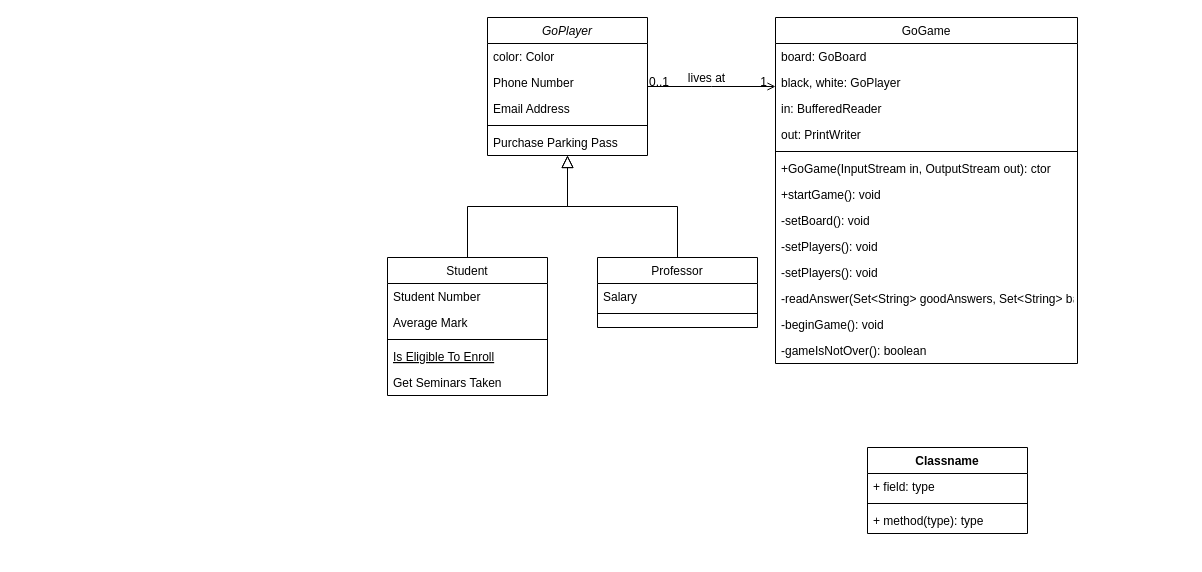
The draw.io diagram UML/klasy.drawio in junsevith/lista4, before the edit. Source tidied: cells renumbered, new cells numbered last; positions are measured from the earlier drawing's top-left corner, leaving out a move shared by most shapes. Both pictures are drawn from the tidied source at 100%, with x=0, y=0 at pixel (387, 17).
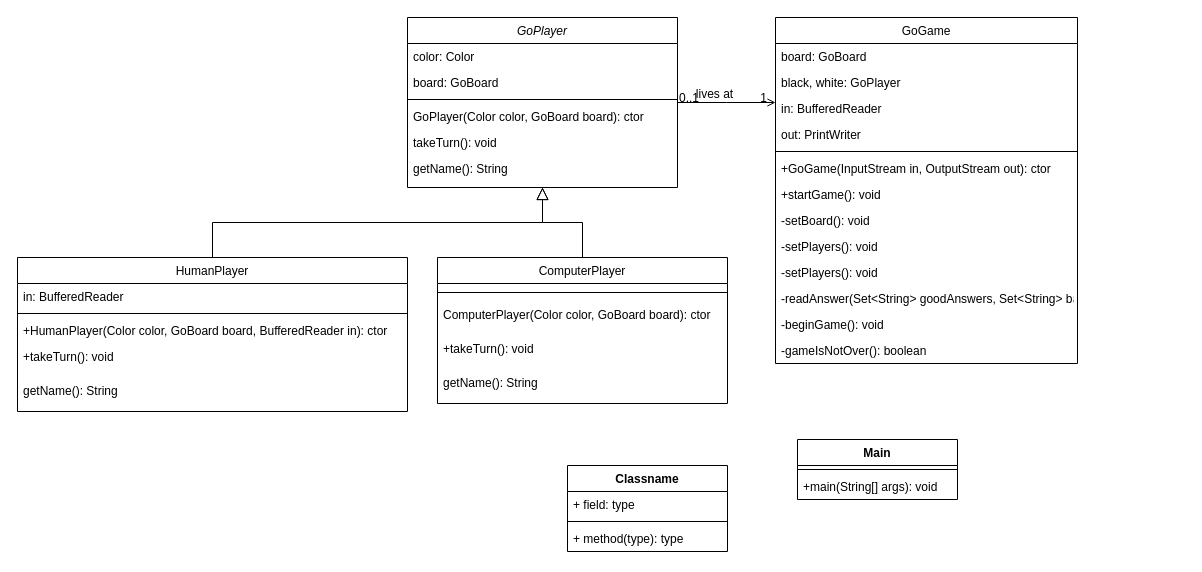
The same diagram, later.

Change to the diagram source:
```diff
@@
     <mxCell id="2" value="GoPlayer" style="swimlane;fontStyle=2;align=center;verticalAlign=top;horizontal=1;startSize=26;rounded=0;shadow=0;strokeWidth=1;" parent="1" vertex="1">
-      <mxGeometry x="100" width="160" height="138" as="geometry" />
+      <mxGeometry x="20" width="270" height="170" as="geometry" />
     </mxCell>
     <mxCell id="3" value="color: Color" style="text;align=left;verticalAlign=top;spacingLeft=4;spacingRight=4;overflow=hidden;" parent="2" vertex="1">
-      <mxGeometry y="26" width="160" height="26" as="geometry" />
+      <mxGeometry y="26" width="270" height="26" as="geometry" />
     </mxCell>
-    <mxCell id="4" value="Phone Number" style="text;align=left;verticalAlign=top;spacingLeft=4;spacingRight=4;overflow=hidden;rounded=0;shadow=0;html=0;" parent="2" vertex="1">
-      <mxGeometry y="52" width="160" height="26" as="geometry" />
+    <mxCell id="4" value="board: GoBoard" style="text;align=left;verticalAlign=top;spacingLeft=4;spacingRight=4;overflow=hidden;rounded=0;shadow=0;html=0;" parent="2" vertex="1">
+      <mxGeometry y="52" width="270" height="26" as="geometry" />
     </mxCell>
-    <mxCell id="5" value="Email Address" style="text;align=left;verticalAlign=top;spacingLeft=4;spacingRight=4;overflow=hidden;rounded=0;shadow=0;html=0;" parent="2" vertex="1">
-      <mxGeometry y="78" width="160" height="26" as="geometry" />
-    </mxCell>
     <mxCell id="6" style="line;html=1;strokeWidth=1;align=left;verticalAlign=middle;spacingTop=-1;spacingLeft=3;spacingRight=3;labelPosition=right;" parent="2" vertex="1">
-      <mxGeometry y="104" width="160" height="8" as="geometry" />
+      <mxGeometry y="78" width="270" height="8" as="geometry" />
     </mxCell>
-    <mxCell id="7" value="Purchase Parking Pass" style="text;align=left;verticalAlign=top;spacingLeft=4;spacingRight=4;overflow=hidden;" parent="2" vertex="1">
-      <mxGeometry y="112" width="160" height="26" as="geometry" />
+    <mxCell id="7" value="GoPlayer(Color color, GoBoard board): ctor" style="text;align=left;verticalAlign=top;spacingLeft=4;spacingRight=4;overflow=hidden;" parent="2" vertex="1">
+      <mxGeometry y="86" width="270" height="26" as="geometry" />
     </mxCell>
+    <mxCell id="41" value="takeTurn(): void" style="text;align=left;verticalAlign=top;spacingLeft=4;spacingRight=4;overflow=hidden;" parent="2" vertex="1">
+      <mxGeometry y="112" width="270" height="26" as="geometry" />
+    </mxCell>
+    <mxCell id="42" value="getName(): String" style="text;align=left;verticalAlign=top;spacingLeft=4;spacingRight=4;overflow=hidden;" parent="2" vertex="1">
+      <mxGeometry y="138" width="270" height="26" as="geometry" />
+    </mxCell>
-    <mxCell id="8" value="Student" style="swimlane;fontStyle=0;align=center;verticalAlign=top;horizontal=1;startSize=26;rounded=0;shadow=0;strokeWidth=1;" parent="1" vertex="1">
-      <mxGeometry y="240" width="160" height="138" as="geometry" />
+    <mxCell id="8" value="HumanPlayer" style="swimlane;fontStyle=0;align=center;verticalAlign=top;horizontal=1;startSize=26;rounded=0;shadow=0;strokeWidth=1;" parent="1" vertex="1">
+      <mxGeometry x="-370" y="240" width="390" height="154" as="geometry" />
     </mxCell>
-    <mxCell id="9" value="Student Number" style="text;align=left;verticalAlign=top;spacingLeft=4;spacingRight=4;overflow=hidden;" parent="8" vertex="1">
-      <mxGeometry y="26" width="160" height="26" as="geometry" />
+    <mxCell id="9" value="in: BufferedReader" style="text;align=left;verticalAlign=top;spacingLeft=4;spacingRight=4;overflow=hidden;" parent="8" vertex="1">
+      <mxGeometry y="26" width="390" height="26" as="geometry" />
     </mxCell>
-    <mxCell id="10" value="Average Mark" style="text;align=left;verticalAlign=top;spacingLeft=4;spacingRight=4;overflow=hidden;rounded=0;shadow=0;html=0;" parent="8" vertex="1">
-      <mxGeometry y="52" width="160" height="26" as="geometry" />
-    </mxCell>
     <mxCell id="11" style="line;html=1;strokeWidth=1;align=left;verticalAlign=middle;spacingTop=-1;spacingLeft=3;spacingRight=3;labelPosition=right;" parent="8" vertex="1">
-      <mxGeometry y="78" width="160" height="8" as="geometry" />
+      <mxGeometry y="52" width="390" height="8" as="geometry" />
     </mxCell>
-    <mxCell id="12" value="Is Eligible To Enroll" style="text;align=left;verticalAlign=top;spacingLeft=4;spacingRight=4;overflow=hidden;fontStyle=4;" parent="8" vertex="1">
-      <mxGeometry y="86" width="160" height="26" as="geometry" />
-    </mxCell>
-    <mxCell id="13" value="Get Seminars Taken" style="text;align=left;verticalAlign=top;spacingLeft=4;spacingRight=4;overflow=hidden;" parent="8" vertex="1">
-      <mxGeometry y="112" width="160" height="26" as="geometry" />
+    <mxCell id="13" value="+HumanPlayer(Color color, GoBoard board, BufferedReader in): ctor" style="text;align=left;verticalAlign=top;spacingLeft=4;spacingRight=4;overflow=hidden;" parent="8" vertex="1">
+      <mxGeometry y="60" width="390" height="26" as="geometry" />
     </mxCell>
+    <mxCell id="43" value="+takeTurn(): void" style="text;align=left;verticalAlign=top;spacingLeft=4;spacingRight=4;overflow=hidden;" parent="8" vertex="1">
+      <mxGeometry y="86" width="390" height="34" as="geometry" />
+    </mxCell>
+    <mxCell id="44" value="getName(): String" style="text;align=left;verticalAlign=top;spacingLeft=4;spacingRight=4;overflow=hidden;" parent="8" vertex="1">
+      <mxGeometry y="120" width="390" height="34" as="geometry" />
+    </mxCell>
@@
-    <mxCell id="15" value="Professor" style="swimlane;fontStyle=0;align=center;verticalAlign=top;horizontal=1;startSize=26;rounded=0;shadow=0;strokeWidth=1;" parent="1" vertex="1">
-      <mxGeometry x="210" y="240" width="160" height="70" as="geometry" />
+    <mxCell id="15" value="ComputerPlayer" style="swimlane;fontStyle=0;align=center;verticalAlign=top;horizontal=1;startSize=26;rounded=0;shadow=0;strokeWidth=1;" parent="1" vertex="1">
+      <mxGeometry x="50" y="240" width="290" height="146" as="geometry" />
     </mxCell>
-    <mxCell id="16" value="Salary" style="text;align=left;verticalAlign=top;spacingLeft=4;spacingRight=4;overflow=hidden;" parent="15" vertex="1">
-      <mxGeometry y="26" width="160" height="26" as="geometry" />
-    </mxCell>
     <mxCell id="17" style="line;html=1;strokeWidth=1;align=left;verticalAlign=middle;spacingTop=-1;spacingLeft=3;spacingRight=3;labelPosition=right;" parent="15" vertex="1">
-      <mxGeometry y="52" width="160" height="8" as="geometry" />
+      <mxGeometry y="26" width="290" height="18" as="geometry" />
     </mxCell>
+    <mxCell id="45" value="ComputerPlayer(Color color, GoBoard board): ctor" style="text;align=left;verticalAlign=top;spacingLeft=4;spacingRight=4;overflow=hidden;" parent="15" vertex="1">
+      <mxGeometry y="44" width="290" height="34" as="geometry" />
+    </mxCell>
+    <mxCell id="46" value="+takeTurn(): void" style="text;align=left;verticalAlign=top;spacingLeft=4;spacingRight=4;overflow=hidden;" parent="15" vertex="1">
+      <mxGeometry y="78" width="290" height="34" as="geometry" />
+    </mxCell>
+    <mxCell id="47" value="getName(): String" style="text;align=left;verticalAlign=top;spacingLeft=4;spacingRight=4;overflow=hidden;" parent="15" vertex="1">
+      <mxGeometry y="112" width="290" height="34" as="geometry" />
+    </mxCell>
@@
-    <mxCell id="37" value="Classname" style="swimlane;fontStyle=1;align=center;verticalAlign=top;horizontal=1;startSize=26;whiteSpace=wrap;html=1;" parent="1" vertex="1">
-      <mxGeometry x="480" y="430" width="160" height="86" as="geometry" />
+    <mxCell id="37" value="Main" style="swimlane;fontStyle=1;align=center;verticalAlign=top;horizontal=1;startSize=26;whiteSpace=wrap;html=1;" parent="1" vertex="1">
+      <mxGeometry x="410" y="422" width="160" height="60" as="geometry" />
     </mxCell>
-    <mxCell id="38" value="+ field: type" style="text;strokeColor=none;fillColor=none;align=left;verticalAlign=top;spacingLeft=4;spacingRight=4;overflow=hidden;whiteSpace=wrap;html=1;" parent="37" vertex="1">
-      <mxGeometry y="26" width="160" height="26" as="geometry" />
-    </mxCell>
     <mxCell id="39" style="line;strokeWidth=1;fillColor=none;align=left;verticalAlign=middle;spacingTop=-1;spacingLeft=3;spacingRight=3;labelPosition=right;strokeColor=inherit;" parent="37" vertex="1">
-      <mxGeometry y="52" width="160" height="8" as="geometry" />
+      <mxGeometry y="26" width="160" height="8" as="geometry" />
     </mxCell>
-    <mxCell id="40" value="+ method(type): type" style="text;strokeColor=none;fillColor=none;align=left;verticalAlign=top;spacingLeft=4;spacingRight=4;overflow=hidden;whiteSpace=wrap;html=1;" parent="37" vertex="1">
-      <mxGeometry y="60" width="160" height="26" as="geometry" />
+    <mxCell id="40" value="+main(String[] args): void" style="text;strokeColor=none;fillColor=none;align=left;verticalAlign=top;spacingLeft=4;spacingRight=4;overflow=hidden;whiteSpace=wrap;html=1;" parent="37" vertex="1">
+      <mxGeometry y="34" width="160" height="26" as="geometry" />
     </mxCell>
+    <mxCell id="48" value="Classname" style="swimlane;fontStyle=1;align=center;verticalAlign=top;horizontal=1;startSize=26;whiteSpace=wrap;html=1;" parent="1" vertex="1">
+      <mxGeometry x="180" y="448" width="160" height="86" as="geometry" />
+    </mxCell>
+    <mxCell id="38" value="+ field: type" style="text;strokeColor=none;fillColor=none;align=left;verticalAlign=top;spacingLeft=4;spacingRight=4;overflow=hidden;whiteSpace=wrap;html=1;" parent="48" vertex="1">
+      <mxGeometry y="26" width="160" height="26" as="geometry" />
+    </mxCell>
+    <mxCell id="49" style="line;strokeWidth=1;fillColor=none;align=left;verticalAlign=middle;spacingTop=-1;spacingLeft=3;spacingRight=3;labelPosition=right;strokeColor=inherit;" parent="48" vertex="1">
+      <mxGeometry y="52" width="160" height="8" as="geometry" />
+    </mxCell>
+    <mxCell id="50" value="+ method(type): type" style="text;strokeColor=none;fillColor=none;align=left;verticalAlign=top;spacingLeft=4;spacingRight=4;overflow=hidden;whiteSpace=wrap;html=1;" parent="48" vertex="1">
+      <mxGeometry y="60" width="160" height="26" as="geometry" />
+    </mxCell>
```
